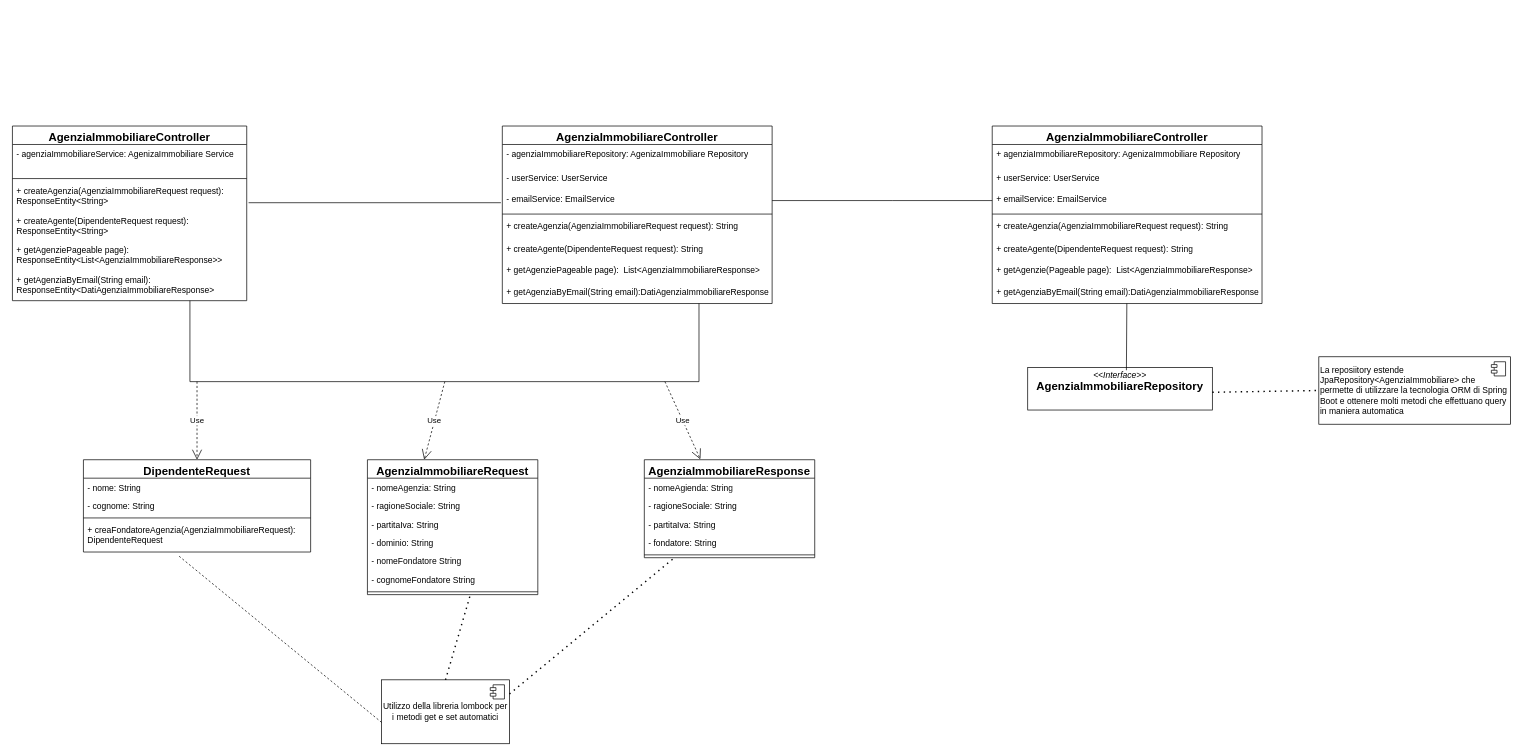
Before: diagrammi/Diagramma di classe - AgenziaImmobiliare.drawio in Sperob98/Documentazione-DietiEstates25, a draw.io diagram. Source tidied: cells renumbered, new cells numbered last; positions are measured from the earlier drawing's top-left corner, leaving out a move shared by most shapes. Both pictures are drawn from the tidied source at 71%, with x=0, y=0 at pixel (12, 126).
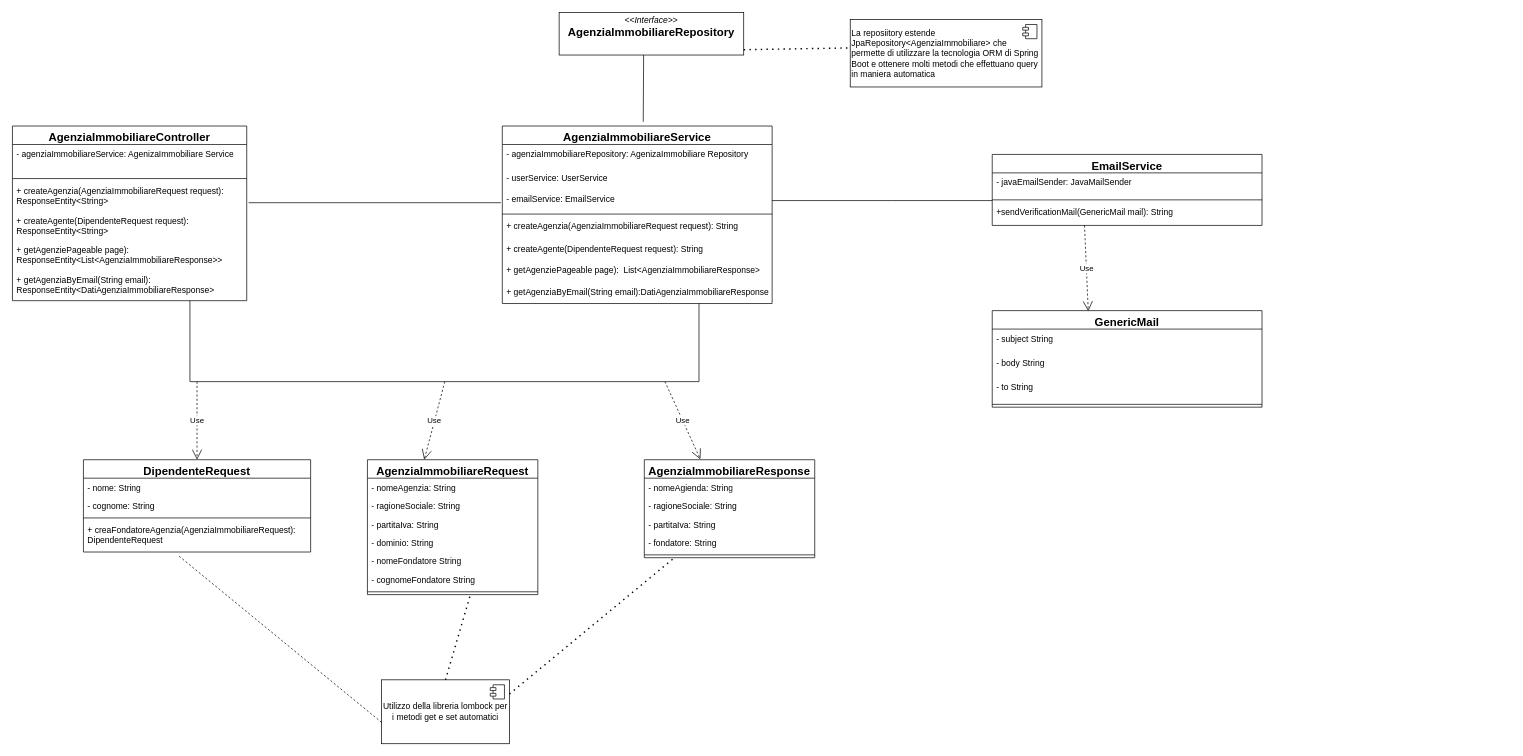
The same page after the edit.

The change refers to these unchanged cells:
```xml
<mxCell id="12" value="- emailService: EmailService" style="text;strokeColor=none;fillColor=none;align=left;verticalAlign=top;spacingLeft=4;spacingRight=4;overflow=hidden;points=[[0,0.5],[1,0.5]];portConstraint=eastwest;whiteSpace=wrap;html=1;" parent="9" vertex="1">
  <mxGeometry y="90" width="380" height="30" as="geometry" />
</mxCell>
```

Change to the diagram source:
```diff
@@
-    <mxCell id="9" value="&lt;font style=&quot;font-size: 16px;&quot;&gt;AgenziaImmobiliareController&lt;/font&gt;" style="swimlane;fontStyle=1;align=center;verticalAlign=top;horizontal=1;startSize=26;whiteSpace=wrap;html=1;" parent="1" vertex="1">
+    <mxCell id="9" value="&lt;font style=&quot;font-size: 16px;&quot;&gt;AgenziaImmobiliareService&lt;/font&gt;" style="swimlane;fontStyle=1;align=center;verticalAlign=top;horizontal=1;startSize=26;whiteSpace=wrap;html=1;" parent="1" vertex="1">
       <mxGeometry x="690" width="380" height="250" as="geometry" />
     </mxCell>
@@
-    <mxCell id="19" value="&lt;font style=&quot;font-size: 16px;&quot;&gt;AgenziaImmobiliareController&lt;/font&gt;" style="swimlane;fontStyle=1;align=center;verticalAlign=top;horizontal=1;startSize=26;whiteSpace=wrap;html=1;" parent="1" vertex="1">
-      <mxGeometry x="1380" width="380" height="250" as="geometry" />
+    <mxCell id="19" value="&lt;font style=&quot;font-size: 16px;&quot;&gt;EmailService&lt;/font&gt;" style="swimlane;fontStyle=1;align=center;verticalAlign=top;horizontal=1;startSize=26;whiteSpace=wrap;html=1;" parent="1" vertex="1">
+      <mxGeometry x="1380" y="40" width="380" height="100" as="geometry" />
     </mxCell>
-    <mxCell id="20" value="+ agenziaImmobiliareRepository: AgenizaImmobiliare Repository" style="text;strokeColor=none;fillColor=none;align=left;verticalAlign=top;spacingLeft=4;spacingRight=4;overflow=hidden;whiteSpace=wrap;html=1;" parent="19" vertex="1">
+    <mxCell id="20" value="- javaEmailSender: JavaMailSender" style="text;strokeColor=none;fillColor=none;align=left;verticalAlign=top;spacingLeft=4;spacingRight=4;overflow=hidden;whiteSpace=wrap;html=1;" parent="19" vertex="1">
       <mxGeometry y="26" width="380" height="34" as="geometry" />
     </mxCell>
-    <mxCell id="21" value="+ userService: UserService" style="text;strokeColor=none;fillColor=none;align=left;verticalAlign=top;spacingLeft=4;spacingRight=4;overflow=hidden;whiteSpace=wrap;html=1;" parent="19" vertex="1">
-      <mxGeometry y="60" width="380" height="30" as="geometry" />
-    </mxCell>
-    <mxCell id="22" value="+ emailService: EmailService" style="text;strokeColor=none;fillColor=none;align=left;verticalAlign=top;spacingLeft=4;spacingRight=4;overflow=hidden;points=[[0,0.5],[1,0.5]];portConstraint=eastwest;whiteSpace=wrap;html=1;" parent="19" vertex="1">
-      <mxGeometry y="90" width="380" height="30" as="geometry" />
-    </mxCell>
     <mxCell id="23" style="line;strokeWidth=1;fillColor=none;align=left;verticalAlign=middle;spacingTop=-1;spacingLeft=3;spacingRight=3;labelPosition=right;strokeColor=inherit;" parent="19" vertex="1">
-      <mxGeometry y="120" width="380" height="8" as="geometry" />
+      <mxGeometry y="60" width="380" height="8" as="geometry" />
     </mxCell>
-    <mxCell id="24" value="+ createAgenzia(AgenziaImmobiliareRequest request): String" style="text;strokeColor=none;fillColor=none;align=left;verticalAlign=top;spacingLeft=4;spacingRight=4;overflow=hidden;whiteSpace=wrap;html=1;" parent="19" vertex="1">
-      <mxGeometry y="128" width="380" height="32" as="geometry" />
+    <mxCell id="24" value="+sendVerificationMail(GenericMail mail): String" style="text;strokeColor=none;fillColor=none;align=left;verticalAlign=top;spacingLeft=4;spacingRight=4;overflow=hidden;whiteSpace=wrap;html=1;" parent="19" vertex="1">
+      <mxGeometry y="68" width="380" height="32" as="geometry" />
     </mxCell>
-    <mxCell id="25" value="+ createAgente(DipendenteRequest request): String" style="text;strokeColor=none;fillColor=none;align=left;verticalAlign=top;spacingLeft=4;spacingRight=4;overflow=hidden;whiteSpace=wrap;html=1;" parent="19" vertex="1">
-      <mxGeometry y="160" width="380" height="30" as="geometry" />
-    </mxCell>
-    <mxCell id="26" value="+ getAgenzie(Pageable page):&amp;nbsp;&amp;nbsp;&lt;span style=&quot;background-color: transparent; color: light-dark(rgb(0, 0, 0), rgb(255, 255, 255));&quot;&gt;List&amp;lt;AgenziaImmobiliareResponse&amp;gt;&lt;/span&gt;" style="text;strokeColor=none;fillColor=none;align=left;verticalAlign=top;spacingLeft=4;spacingRight=4;overflow=hidden;whiteSpace=wrap;html=1;" parent="19" vertex="1">
-      <mxGeometry y="190" width="380" height="30" as="geometry" />
-    </mxCell>
-    <mxCell id="27" value="+ getAgenziaByEmail(String email):DatiAgenziaImmobiliareResponse" style="text;strokeColor=none;fillColor=none;align=left;verticalAlign=top;spacingLeft=4;spacingRight=4;overflow=hidden;whiteSpace=wrap;html=1;" parent="19" vertex="1">
-      <mxGeometry y="220" width="380" height="30" as="geometry" />
-    </mxCell>
+    <mxCell id="63" value="Use" style="endArrow=open;endSize=12;dashed=1;html=1;rounded=0;entryX=0.356;entryY=0.007;entryDx=0;entryDy=0;entryPerimeter=0;" parent="19" edge="1" target="64">
+      <mxGeometry relative="1" as="geometry">
+        <mxPoint x="130" y="100" as="sourcePoint" />
+      </mxGeometry>
+    </mxCell>
@@
-    <mxCell id="55" style="endArrow=none;html=1;rounded=0;entryX=0;entryY=0.5;entryDx=0;entryDy=0;exitX=1;exitY=0.5;exitDx=0;exitDy=0;" parent="1" edge="1" source="12" target="22">
+    <mxCell id="55" style="endArrow=none;html=1;rounded=0;entryX=0;entryY=0.5;entryDx=0;entryDy=0;exitX=1;exitY=0.5;exitDx=0;exitDy=0;" parent="1" edge="1" source="12">
       <mxGeometry relative="1" as="geometry">
+        <mxPoint x="1380" y="105" as="targetPoint" />
         <Array as="points">
           <mxPoint x="1240" y="105" />
         </Array>
       </mxGeometry>
     </mxCell>
     <mxCell id="56" value="&lt;p style=&quot;margin:0px;margin-top:4px;text-align:center;&quot;&gt;&lt;i&gt;&amp;lt;&amp;lt;Interface&amp;gt;&amp;gt;&lt;/i&gt;&lt;br&gt;&lt;b&gt;&lt;font style=&quot;font-size: 16px;&quot;&gt;AgenziaImmobiliareRepository&lt;/font&gt;&lt;/b&gt;&lt;/p&gt;&lt;p style=&quot;margin:0px;margin-left:4px;&quot;&gt;&lt;br&gt;&lt;/p&gt;" style="verticalAlign=top;align=left;overflow=fill;html=1;whiteSpace=wrap;" parent="1" vertex="1">
-      <mxGeometry x="1430" y="340" width="260" height="60" as="geometry" />
+      <mxGeometry x="770" y="-160" width="260" height="60" as="geometry" />
     </mxCell>
     <mxCell id="57" style="endArrow=none;html=1;rounded=0;" parent="1" edge="1">
       <mxGeometry relative="1" as="geometry">
-        <mxPoint x="1569.6" y="250" as="sourcePoint" />
-        <mxPoint x="1569" y="344" as="targetPoint" />
+        <mxPoint x="889" y="-100" as="sourcePoint" />
+        <mxPoint x="888.5" y="-6" as="targetPoint" />
         <Array as="points">
-          <mxPoint x="1569.6" y="250" />
+          <mxPoint x="889" y="-100" />
         </Array>
       </mxGeometry>
     </mxCell>
     <mxCell id="58" value="La reposiitory estende JpaRepository&amp;lt;AgenziaImmobiliare&amp;gt; che permette di utilizzare la tecnologia ORM di Spring Boot e ottenere molti metodi che effettuano query in maniera automatica" style="html=1;whiteSpace=wrap;align=left;" parent="1" vertex="1">
-      <mxGeometry x="1840" y="325" width="270" height="95" as="geometry" />
+      <mxGeometry x="1180" y="-150" width="270" height="95" as="geometry" />
     </mxCell>
@@
-    <mxCell id="60" style="endArrow=none;dashed=1;html=1;dashPattern=1 3;strokeWidth=2;rounded=0;entryX=0;entryY=0.5;entryDx=0;entryDy=0;" parent="1" edge="1" target="58">
+    <mxCell id="60" style="endArrow=none;dashed=1;html=1;dashPattern=1 3;strokeWidth=2;rounded=0;entryX=0;entryY=0.5;entryDx=0;entryDy=0;" parent="1" edge="1">
       <mxGeometry relative="1" as="geometry">
-        <mxPoint x="1690" y="375" as="sourcePoint" />
+        <mxPoint x="1030" y="-107.5" as="sourcePoint" />
+        <mxPoint x="1180" y="-110" as="targetPoint" />
       </mxGeometry>
     </mxCell>
@@
+    <mxCell id="64" value="&lt;font style=&quot;font-size: 16px;&quot;&gt;GenericMail&lt;/font&gt;" style="swimlane;fontStyle=1;align=center;verticalAlign=top;horizontal=1;startSize=26;whiteSpace=wrap;html=1;" parent="1" vertex="1">
+      <mxGeometry x="1380" y="260" width="380" height="136" as="geometry" />
+    </mxCell>
+    <mxCell id="65" value="- subject String" style="text;strokeColor=none;fillColor=none;align=left;verticalAlign=top;spacingLeft=4;spacingRight=4;overflow=hidden;whiteSpace=wrap;html=1;" parent="64" vertex="1">
+      <mxGeometry y="26" width="380" height="34" as="geometry" />
+    </mxCell>
+    <mxCell id="66" value="- body String" style="text;strokeColor=none;fillColor=none;align=left;verticalAlign=top;spacingLeft=4;spacingRight=4;overflow=hidden;whiteSpace=wrap;html=1;" parent="64" vertex="1">
+      <mxGeometry y="60" width="380" height="34" as="geometry" />
+    </mxCell>
+    <mxCell id="67" value="- to String" style="text;strokeColor=none;fillColor=none;align=left;verticalAlign=top;spacingLeft=4;spacingRight=4;overflow=hidden;whiteSpace=wrap;html=1;" parent="64" vertex="1">
+      <mxGeometry y="94" width="380" height="34" as="geometry" />
+    </mxCell>
+    <mxCell id="68" style="line;strokeWidth=1;fillColor=none;align=left;verticalAlign=middle;spacingTop=-1;spacingLeft=3;spacingRight=3;labelPosition=right;strokeColor=inherit;" parent="64" vertex="1">
+      <mxGeometry y="128" width="380" height="8" as="geometry" />
+    </mxCell>
```
